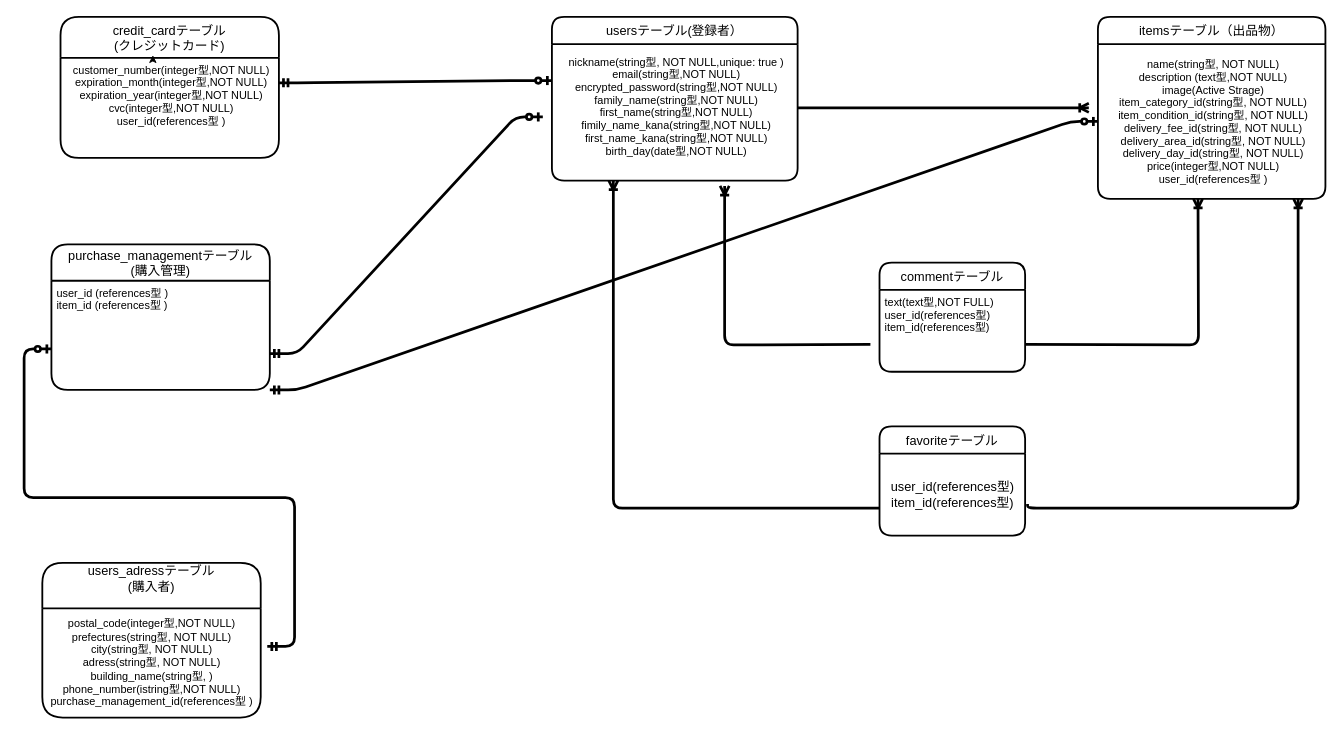
Before: test.dio in JunOno09/furima-32508, a draw.io diagram. Source tidied: cells renumbered, new cells numbered last; positions are measured from the earlier drawing's top-left corner, leaving out a move shared by most shapes. Both pictures are drawn from the tidied source at 91%, with x=0, y=0 at pixel (42, 16).
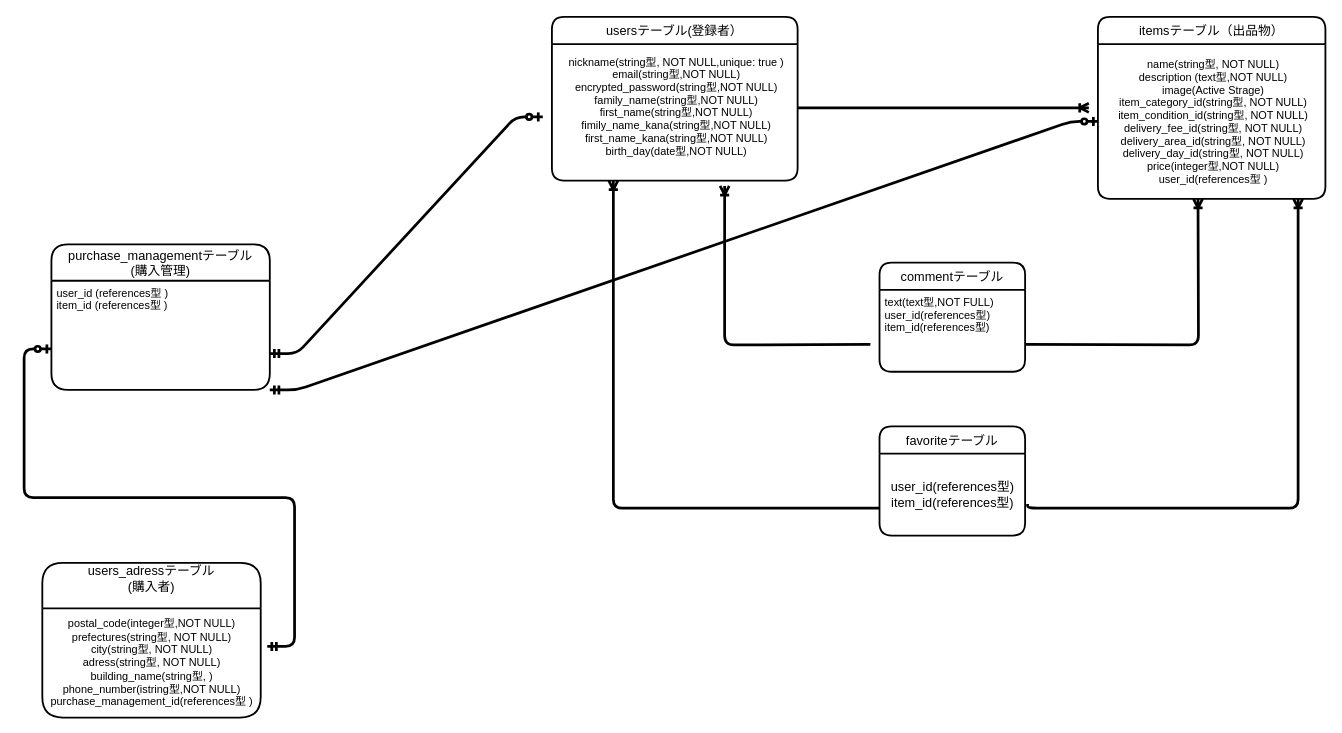
The same diagram, later.

The edit, as a diff of the source:
```diff
@@
-    <mxCell id="4" value="credit_cardテーブル&#10;(クレジットカード)" style="swimlane;horizontal=1;startSize=45;rounded=1;fontSize=14;fontStyle=0;strokeWidth=2;shadow=0;dashed=0;align=center;" parent="1" vertex="1">
-      <mxGeometry x="20" width="240" height="155" as="geometry" />
-    </mxCell>
-    <mxCell id="5" value="customer_number(integer型,NOT NULL)&#10;expiration_month(integer型,NOT NULL)&#10;expiration_year(integer型,NOT NULL)&#10;cvc(integer型,NOT NULL)&#10;user_id(references型 )" style="align=center;strokeColor=none;fillColor=none;spacingLeft=4;fontSize=12;verticalAlign=top;" parent="4" vertex="1">
-      <mxGeometry y="45" width="240" height="110" as="geometry" />
-    </mxCell>
-    <mxCell id="6" style="edgeStyle=orthogonalEdgeStyle;rounded=0;orthogonalLoop=1;jettySize=auto;html=1;exitX=0.5;exitY=1;exitDx=0;exitDy=0;" parent="4" edge="1" source="5" target="5">
-      <mxGeometry relative="1" as="geometry" />
-    </mxCell>
-    <mxCell id="7" style="edgeStyle=orthogonalEdgeStyle;rounded=0;orthogonalLoop=1;jettySize=auto;html=1;exitX=0.5;exitY=0;exitDx=0;exitDy=0;entryX=0.423;entryY=-0.026;entryDx=0;entryDy=0;entryPerimeter=0;" parent="4" edge="1" source="5" target="5">
-      <mxGeometry relative="1" as="geometry" />
-    </mxCell>
@@
-    <mxCell id="13" style="edgeStyle=entityRelationEdgeStyle;fontSize=12;html=1;endArrow=ERzeroToOne;startArrow=ERmandOne;strokeWidth=3;exitX=1;exitY=0.25;exitDx=0;exitDy=0;" parent="1" edge="1" source="5">
-      <mxGeometry relative="1" as="geometry">
-        <mxPoint x="560" y="70" as="targetPoint" />
-      </mxGeometry>
-    </mxCell>
```
